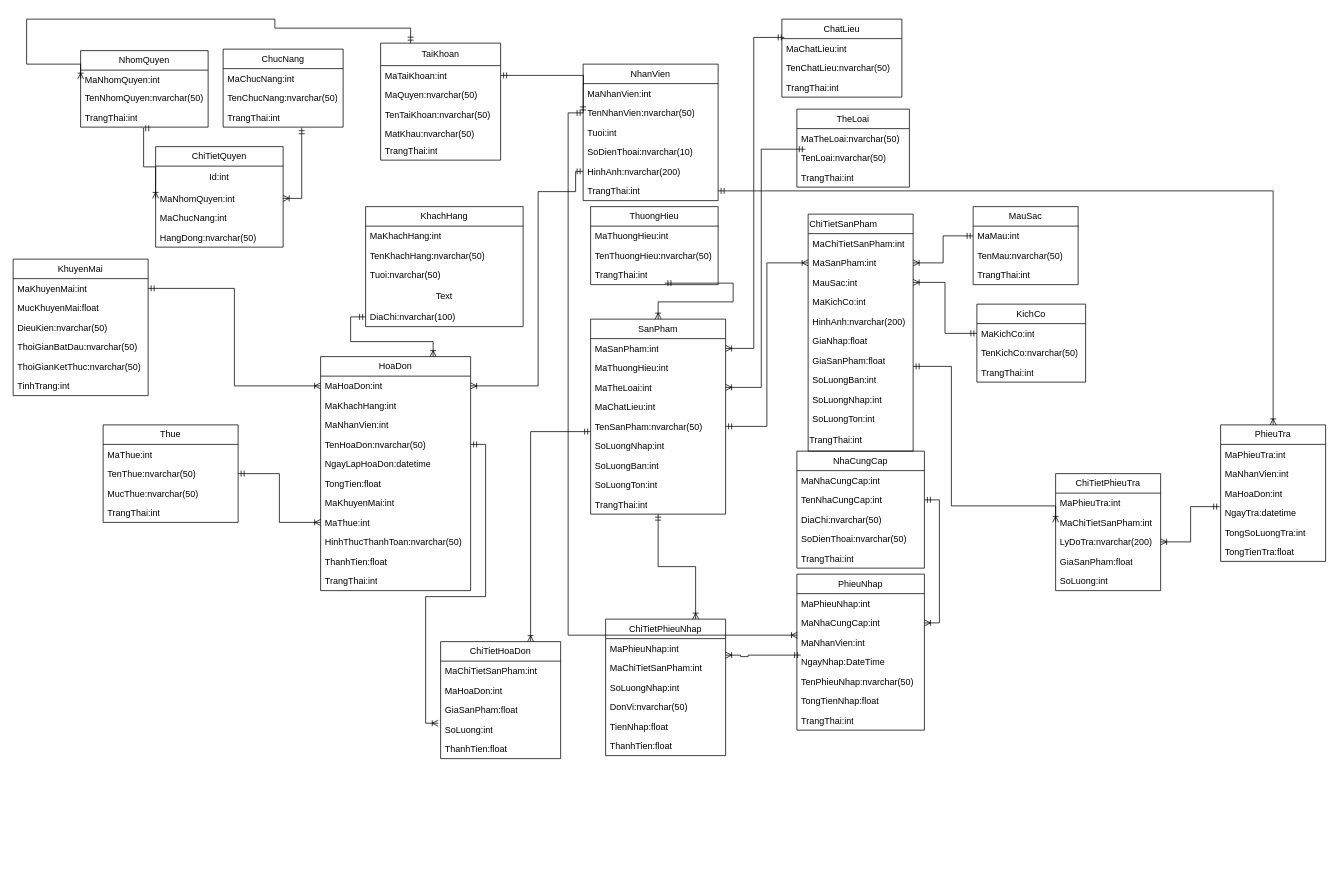
This is Biểu đồ không có tiêu đề (1).drawio from maivantai2003/SportStoreManager, a draw.io file, before an edit. Source tidied: cells renumbered, new cells numbered last; positions are measured from the earlier drawing's top-left corner, leaving out a move shared by most shapes. Both pictures are drawn from the tidied source at 75%, with x=0, y=0 at pixel (13, 19).
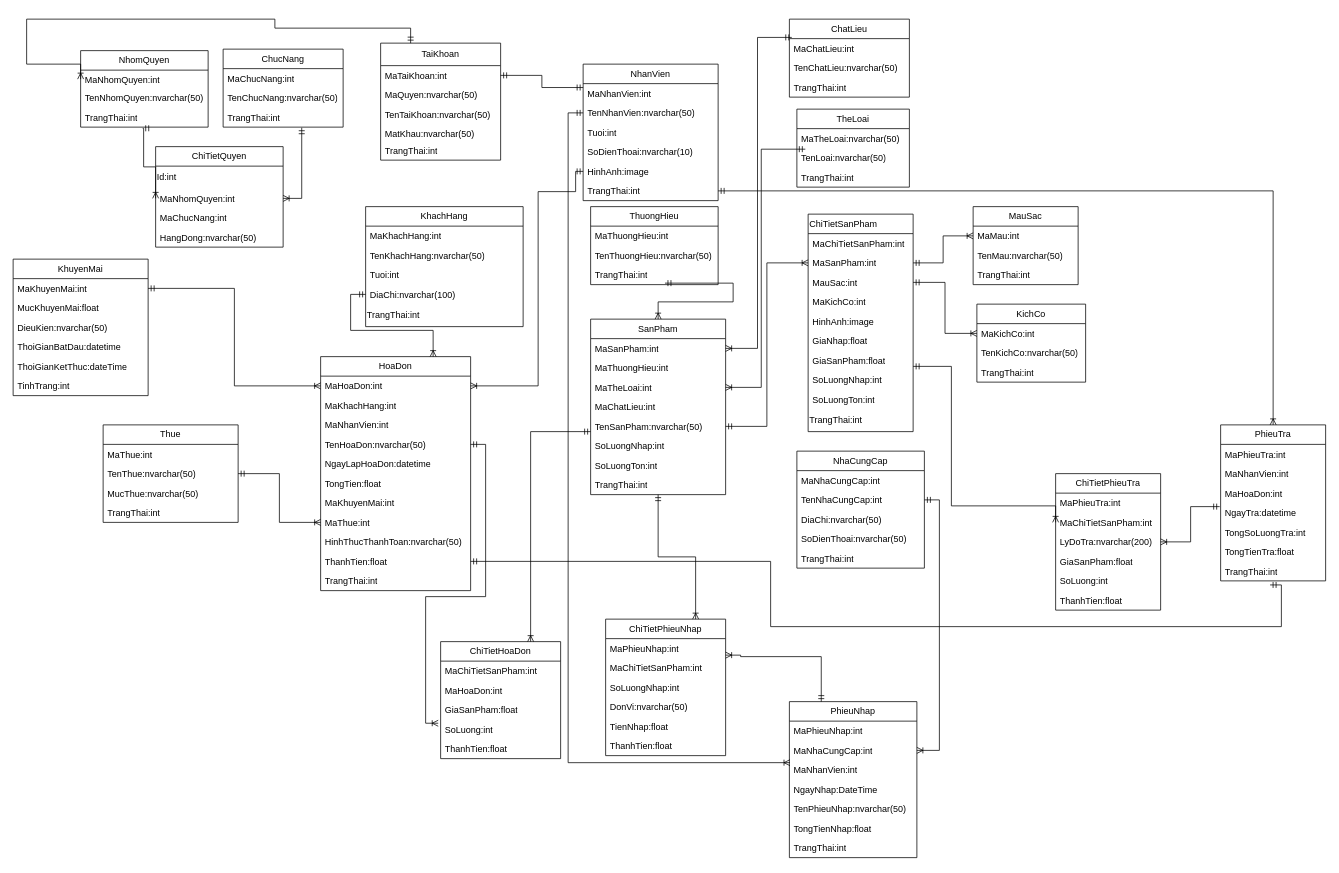
The same page after the edit.

Commit message (it also covers changes not shown here):
Cập nhật Biểu đồ không có tiêu đề (1).drawio

The change refers to these unchanged cells:
```xml
<mxCell id="10" value="ChiTietQuyen" style="swimlane;fontStyle=0;horizontal=1;startSize=26;fillColor=none;whiteSpace=wrap;html=1;" parent="1" vertex="1">
  <mxGeometry x="190" y="170" width="170" height="134" as="geometry" />
</mxCell>
<mxCell id="18" value="MaTaiKhoan:int" style="text;strokeColor=none;fillColor=none;align=left;verticalAlign=top;spacingLeft=4;spacingRight=4;overflow=hidden;points=[[0,0.5],[1,0.5]];portConstraint=eastwest;whiteSpace=wrap;html=1;" parent="17" vertex="1">
  <mxGeometry y="30" width="160" height="26" as="geometry" />
</mxCell>
<mxCell id="24" value="NhanVien" style="swimlane;fontStyle=0;horizontal=1;startSize=26;fillColor=none;whiteSpace=wrap;html=1;" parent="1" vertex="1">
  <mxGeometry x="760" y="60" width="180" height="182" as="geometry" />
</mxCell>
<mxCell id="25" value="MaNhanVien:int" style="text;strokeColor=none;fillColor=none;align=left;verticalAlign=top;spacingLeft=4;spacingRight=4;overflow=hidden;points=[[0,0.5],[1,0.5]];portConstraint=eastwest;whiteSpace=wrap;html=1;" parent="24" vertex="1">
  <mxGeometry y="26" width="180" height="26" as="geometry" />
</mxCell>
<mxCell id="32" value="KhachHang" style="swimlane;fontStyle=0;horizontal=1;startSize=26;fillColor=none;whiteSpace=wrap;html=1;" parent="1" vertex="1">
  <mxGeometry x="470" y="250" width="210" height="160" as="geometry" />
</mxCell>
<mxCell id="59" value="MaKichCo:int" style="text;strokeColor=none;fillColor=none;align=left;verticalAlign=top;spacingLeft=4;spacingRight=4;overflow=hidden;points=[[0,0.5],[1,0.5]];portConstraint=eastwest;whiteSpace=wrap;html=1;" parent="58" vertex="1">
  <mxGeometry y="26" width="145" height="26" as="geometry" />
</mxCell>
<mxCell id="98" value="ThanhTien:float" style="text;strokeColor=none;fillColor=none;align=left;verticalAlign=top;spacingLeft=4;spacingRight=4;overflow=hidden;points=[[0,0.5],[1,0.5]];portConstraint=eastwest;whiteSpace=wrap;html=1;" parent="88" vertex="1">
  <mxGeometry y="260" width="200" height="26" as="geometry" />
</mxCell>
<mxCell id="100" value="KhuyenMai" style="swimlane;fontStyle=0;horizontal=1;startSize=26;fillColor=none;whiteSpace=wrap;html=1;" parent="1" vertex="1">
  <mxGeometry y="320" width="180" height="182" as="geometry" />
</mxCell>
<mxCell id="124" value="MaMau:int" style="text;strokeColor=none;fillColor=none;align=left;verticalAlign=top;spacingLeft=4;spacingRight=4;overflow=hidden;points=[[0,0.5],[1,0.5]];portConstraint=eastwest;whiteSpace=wrap;html=1;" parent="123" vertex="1">
  <mxGeometry y="26" width="140" height="26" as="geometry" />
</mxCell>
<mxCell id="129" value="MaSanPham:int" style="text;strokeColor=none;fillColor=none;align=left;verticalAlign=top;spacingLeft=4;spacingRight=4;overflow=hidden;points=[[0,0.5],[1,0.5]];portConstraint=eastwest;whiteSpace=wrap;html=1;" parent="127" vertex="1">
  <mxGeometry y="52" width="140" height="26" as="geometry" />
</mxCell>
<mxCell id="130" value="MauSac:int" style="text;strokeColor=none;fillColor=none;align=left;verticalAlign=top;spacingLeft=4;spacingRight=4;overflow=hidden;points=[[0,0.5],[1,0.5]];portConstraint=eastwest;whiteSpace=wrap;html=1;" parent="127" vertex="1">
  <mxGeometry y="78" width="140" height="26" as="geometry" />
</mxCell>
```

The edit, as a diff of the source:
```diff
@@
-    <mxCell id="11" value="Id:int" style="text;html=1;strokeColor=none;fillColor=none;align=center;verticalAlign=middle;whiteSpace=wrap;rounded=0;" parent="10" vertex="1">
+    <mxCell id="11" value="Id:int" style="text;html=1;strokeColor=none;fillColor=none;align=left;verticalAlign=middle;whiteSpace=wrap;rounded=0;" parent="10" vertex="1">
       <mxGeometry y="26" width="170" height="30" as="geometry" />
     </mxCell>
@@
-    <mxCell id="29" value="HinhAnh:nvarchar(200)" style="text;strokeColor=none;fillColor=none;align=left;verticalAlign=top;spacingLeft=4;spacingRight=4;overflow=hidden;whiteSpace=wrap;html=1;" parent="24" vertex="1">
+    <mxCell id="29" value="HinhAnh:image" style="text;strokeColor=none;fillColor=none;align=left;verticalAlign=top;spacingLeft=4;spacingRight=4;overflow=hidden;whiteSpace=wrap;html=1;" parent="24" vertex="1">
       <mxGeometry y="130" width="180" height="26" as="geometry" />
     </mxCell>
@@
-    <mxCell id="31" style="edgeStyle=orthogonalEdgeStyle;rounded=0;jettySize=auto;html=1;exitX=1;exitY=0.5;exitDx=0;exitDy=0;startArrow=ERmandOne;startFill=0;endArrow=ERmandOne;endFill=0;" parent="1" edge="1" source="18">
-      <mxGeometry relative="1" as="geometry">
-        <mxPoint x="760" y="125" as="targetPoint" />
-      </mxGeometry>
-    </mxCell>
@@
-    <mxCell id="35" value="Tuoi:nvarchar(50)" style="text;strokeColor=none;fillColor=none;align=left;verticalAlign=top;spacingLeft=4;spacingRight=4;overflow=hidden;whiteSpace=wrap;html=1;" parent="32" vertex="1">
+    <mxCell id="35" value="Tuoi:int" style="text;strokeColor=none;fillColor=none;align=left;verticalAlign=top;spacingLeft=4;spacingRight=4;overflow=hidden;whiteSpace=wrap;html=1;" parent="32" vertex="1">
       <mxGeometry y="78" width="210" height="26" as="geometry" />
     </mxCell>
+    <mxCell id="37" value="DiaChi:nvarchar(100)" style="text;strokeColor=none;fillColor=none;align=left;verticalAlign=top;spacingLeft=4;spacingRight=4;overflow=hidden;points=[[0,0.5],[1,0.5]];portConstraint=eastwest;whiteSpace=wrap;html=1;" parent="32" vertex="1">
+      <mxGeometry y="104" width="210" height="26" as="geometry" />
+    </mxCell>
-    <mxCell id="36" value="Text" style="text;html=1;strokeColor=none;fillColor=none;align=center;verticalAlign=middle;whiteSpace=wrap;rounded=0;" parent="32" vertex="1">
-      <mxGeometry y="104" width="210" height="30" as="geometry" />
+    <mxCell id="36" value="TrangThai:int" style="text;html=1;strokeColor=none;fillColor=none;align=left;verticalAlign=middle;whiteSpace=wrap;rounded=0;" parent="32" vertex="1">
+      <mxGeometry y="130" width="210" height="30" as="geometry" />
     </mxCell>
-    <mxCell id="37" value="DiaChi:nvarchar(100)" style="text;strokeColor=none;fillColor=none;align=left;verticalAlign=top;spacingLeft=4;spacingRight=4;overflow=hidden;points=[[0,0.5],[1,0.5]];portConstraint=eastwest;whiteSpace=wrap;html=1;" parent="32" vertex="1">
-      <mxGeometry y="134" width="210" height="26" as="geometry" />
-    </mxCell>
@@
     <mxCell id="42" value="SanPham" style="swimlane;fontStyle=0;horizontal=1;startSize=26;fillColor=none;whiteSpace=wrap;html=1;" parent="1" vertex="1">
-      <mxGeometry x="770" y="400" width="180" height="260" as="geometry" />
+      <mxGeometry x="770" y="400" width="180" height="234" as="geometry" />
     </mxCell>
@@
-    <mxCell id="49" value="SoLuongBan:int" style="text;strokeColor=none;fillColor=none;align=left;verticalAlign=top;spacingLeft=4;spacingRight=4;overflow=hidden;whiteSpace=wrap;html=1;" parent="42" vertex="1">
-      <mxGeometry y="182" width="180" height="26" as="geometry" />
-    </mxCell>
     <mxCell id="50" value="SoLuongTon:int" style="text;strokeColor=none;fillColor=none;align=left;verticalAlign=top;spacingLeft=4;spacingRight=4;overflow=hidden;whiteSpace=wrap;html=1;" parent="42" vertex="1">
-      <mxGeometry y="208" width="180" height="26" as="geometry" />
+      <mxGeometry y="182" width="180" height="26" as="geometry" />
     </mxCell>
     <mxCell id="51" value="TrangThai:int" style="text;strokeColor=none;fillColor=none;align=left;verticalAlign=top;spacingLeft=4;spacingRight=4;overflow=hidden;whiteSpace=wrap;html=1;" parent="42" vertex="1">
-      <mxGeometry y="234" width="180" height="26" as="geometry" />
+      <mxGeometry y="208" width="180" height="26" as="geometry" />
     </mxCell>
     <mxCell id="52" value="ChatLieu" style="swimlane;fontStyle=0;horizontal=1;startSize=26;fillColor=none;whiteSpace=wrap;html=1;" parent="1" vertex="1">
-      <mxGeometry x="1025" width="160" height="104" as="geometry" />
+      <mxGeometry x="1035" width="160" height="104" as="geometry" />
     </mxCell>
@@
     <mxCell id="68" value="PhieuNhap" style="swimlane;fontStyle=0;horizontal=1;startSize=26;fillColor=none;whiteSpace=wrap;html=1;" parent="1" vertex="1">
-      <mxGeometry x="1045" y="740" width="170" height="208" as="geometry" />
+      <mxGeometry x="1035" y="910" width="170" height="208" as="geometry" />
     </mxCell>
@@
-    <mxCell id="86" style="edgeStyle=orthogonalEdgeStyle;rounded=0;orthogonalLoop=1;jettySize=auto;html=1;startArrow=ERmandOne;startFill=0;endArrow=ERoneToMany;endFill=0;" parent="1" edge="1">
+    <mxCell id="86" style="edgeStyle=orthogonalEdgeStyle;rounded=0;jettySize=auto;html=1;startArrow=ERmandOne;startFill=0;endArrow=ERoneToMany;endFill=0;exitX=0.25;exitY=0;exitDx=0;exitDy=0;" parent="1" edge="1" source="68">
       <mxGeometry relative="1" as="geometry">
-        <mxPoint x="1050" y="848" as="sourcePoint" />
         <mxPoint x="950" y="848" as="targetPoint" />
         <Array as="points">
-          <mxPoint x="980" y="848" />
-          <mxPoint x="980" y="850" />
+          <mxPoint x="1078" y="850" />
           <mxPoint x="970" y="850" />
           <mxPoint x="970" y="848" />
         </Array>
       </mxGeometry>
     </mxCell>
@@
-    <mxCell id="104" value="ThoiGianBatDau:nvarchar(50)" style="text;strokeColor=none;fillColor=none;align=left;verticalAlign=top;spacingLeft=4;spacingRight=4;overflow=hidden;whiteSpace=wrap;html=1;" parent="100" vertex="1">
+    <mxCell id="104" value="ThoiGianBatDau:datetime" style="text;strokeColor=none;fillColor=none;align=left;verticalAlign=top;spacingLeft=4;spacingRight=4;overflow=hidden;whiteSpace=wrap;html=1;" parent="100" vertex="1">
       <mxGeometry y="104" width="180" height="26" as="geometry" />
     </mxCell>
-    <mxCell id="105" value="ThoiGianKetThuc:nvarchar(50)" style="text;strokeColor=none;fillColor=none;align=left;verticalAlign=top;spacingLeft=4;spacingRight=4;overflow=hidden;whiteSpace=wrap;html=1;" parent="100" vertex="1">
+    <mxCell id="105" value="ThoiGianKetThuc:dateTime" style="text;strokeColor=none;fillColor=none;align=left;verticalAlign=top;spacingLeft=4;spacingRight=4;overflow=hidden;whiteSpace=wrap;html=1;" parent="100" vertex="1">
       <mxGeometry y="130" width="180" height="26" as="geometry" />
     </mxCell>
@@
     <mxCell id="127" value="ChiTietSanPham" style="swimlane;fontStyle=0;horizontal=1;startSize=26;fillColor=none;whiteSpace=wrap;html=1;align=left;" parent="1" vertex="1">
-      <mxGeometry x="1060" y="260" width="140" height="316" as="geometry" />
+      <mxGeometry x="1060" y="260" width="140" height="290" as="geometry" />
     </mxCell>
@@
-    <mxCell id="132" value="HinhAnh:nvarchar(200)" style="text;strokeColor=none;fillColor=none;align=left;verticalAlign=top;spacingLeft=4;spacingRight=4;overflow=hidden;whiteSpace=wrap;html=1;" parent="127" vertex="1">
+    <mxCell id="132" value="HinhAnh:image" style="text;strokeColor=none;fillColor=none;align=left;verticalAlign=top;spacingLeft=4;spacingRight=4;overflow=hidden;whiteSpace=wrap;html=1;" parent="127" vertex="1">
       <mxGeometry y="130" width="140" height="26" as="geometry" />
     </mxCell>
@@
-    <mxCell id="135" value="SoLuongBan:int" style="text;strokeColor=none;fillColor=none;align=left;verticalAlign=top;spacingLeft=4;spacingRight=4;overflow=hidden;whiteSpace=wrap;html=1;" parent="127" vertex="1">
-      <mxGeometry y="208" width="140" height="26" as="geometry" />
-    </mxCell>
     <mxCell id="136" value="SoLuongNhap:int" style="text;strokeColor=none;fillColor=none;align=left;verticalAlign=top;spacingLeft=4;spacingRight=4;overflow=hidden;whiteSpace=wrap;html=1;" parent="127" vertex="1">
-      <mxGeometry y="234" width="140" height="26" as="geometry" />
+      <mxGeometry y="208" width="140" height="26" as="geometry" />
     </mxCell>
     <mxCell id="137" value="SoLuongTon:int" style="text;strokeColor=none;fillColor=none;align=left;verticalAlign=top;spacingLeft=4;spacingRight=4;overflow=hidden;whiteSpace=wrap;html=1;" parent="127" vertex="1">
-      <mxGeometry y="260" width="140" height="26" as="geometry" />
+      <mxGeometry y="234" width="140" height="26" as="geometry" />
     </mxCell>
     <mxCell id="138" value="TrangThai:int" style="text;html=1;strokeColor=none;fillColor=none;align=left;verticalAlign=middle;whiteSpace=wrap;rounded=0;" parent="127" vertex="1">
-      <mxGeometry y="286" width="140" height="30" as="geometry" />
+      <mxGeometry y="260" width="140" height="30" as="geometry" />
     </mxCell>
@@
-    <mxCell id="140" style="edgeStyle=orthogonalEdgeStyle;rounded=0;jettySize=auto;html=1;exitX=1;exitY=0.5;exitDx=0;exitDy=0;entryX=0;entryY=0.5;entryDx=0;entryDy=0;startArrow=ERoneToMany;startFill=0;endArrow=ERmandOne;endFill=0;" parent="1" edge="1" source="129" target="124">
+    <mxCell id="140" style="edgeStyle=orthogonalEdgeStyle;rounded=0;jettySize=auto;html=1;exitX=1;exitY=0.5;exitDx=0;exitDy=0;entryX=0;entryY=0.5;entryDx=0;entryDy=0;startArrow=ERmandOne;startFill=0;endArrow=ERoneToMany;endFill=0;" parent="1" edge="1" source="129" target="124">
       <mxGeometry relative="1" as="geometry" />
     </mxCell>
-    <mxCell id="141" style="edgeStyle=orthogonalEdgeStyle;rounded=0;jettySize=auto;html=1;exitX=1;exitY=0.5;exitDx=0;exitDy=0;entryX=0;entryY=0.5;entryDx=0;entryDy=0;startArrow=ERoneToMany;startFill=0;endArrow=ERmandOne;endFill=0;" parent="1" edge="1" source="130" target="59">
+    <mxCell id="141" style="edgeStyle=orthogonalEdgeStyle;rounded=0;jettySize=auto;html=1;exitX=1;exitY=0.5;exitDx=0;exitDy=0;entryX=0;entryY=0.5;entryDx=0;entryDy=0;startArrow=ERmandOne;startFill=0;endArrow=ERoneToMany;endFill=0;" parent="1" edge="1" source="130" target="59">
       <mxGeometry relative="1" as="geometry" />
     </mxCell>
@@
     <mxCell id="147" value="PhieuTra" style="swimlane;fontStyle=0;horizontal=1;startSize=26;fillColor=none;whiteSpace=wrap;html=1;" parent="1" vertex="1">
-      <mxGeometry x="1610" y="541" width="140" height="182" as="geometry" />
+      <mxGeometry x="1610" y="541" width="140" height="208" as="geometry" />
     </mxCell>
@@
+    <mxCell id="163" value="TrangThai:int" style="text;strokeColor=none;fillColor=none;align=left;verticalAlign=top;spacingLeft=4;spacingRight=4;overflow=hidden;points=[[0,0.5],[1,0.5]];portConstraint=eastwest;whiteSpace=wrap;html=1;" parent="147" vertex="1">
+      <mxGeometry y="182" width="140" height="26" as="geometry" />
+    </mxCell>
     <mxCell id="154" value="ChiTietPhieuTra" style="swimlane;fontStyle=0;horizontal=1;startSize=26;fillColor=none;whiteSpace=wrap;html=1;" parent="1" vertex="1">
-      <mxGeometry x="1390" y="606" width="140" height="156" as="geometry" />
+      <mxGeometry x="1390" y="606" width="140" height="182" as="geometry" />
     </mxCell>
@@
+    <mxCell id="164" value="ThanhTien:float" style="text;strokeColor=none;fillColor=none;align=left;verticalAlign=top;spacingLeft=4;spacingRight=4;overflow=hidden;whiteSpace=wrap;html=1;" parent="154" vertex="1">
+      <mxGeometry y="156" width="140" height="26" as="geometry" />
+    </mxCell>
@@
+    <mxCell id="165" style="edgeStyle=orthogonalEdgeStyle;rounded=0;jettySize=auto;html=1;exitX=1;exitY=0.5;exitDx=0;exitDy=0;entryX=0.471;entryY=1.208;entryDx=0;entryDy=0;entryPerimeter=0;startArrow=ERmandOne;startFill=0;endArrow=ERmandOne;endFill=0;" parent="1" edge="1" source="98" target="163">
+      <mxGeometry relative="1" as="geometry">
+        <Array as="points">
+          <mxPoint x="1010" y="723" />
+          <mxPoint x="1010" y="810" />
+          <mxPoint x="1691" y="810" />
+          <mxPoint x="1691" y="754" />
+        </Array>
+      </mxGeometry>
+    </mxCell>
+    <mxCell id="166" style="edgeStyle=orthogonalEdgeStyle;rounded=0;jettySize=auto;html=1;exitX=1;exitY=0.5;exitDx=0;exitDy=0;entryX=0;entryY=0.2;entryDx=0;entryDy=0;entryPerimeter=0;startArrow=ERmandOne;startFill=0;endArrow=ERmandOne;endFill=0;" parent="1" edge="1" source="18" target="25">
+      <mxGeometry relative="1" as="geometry" />
+    </mxCell>
```
